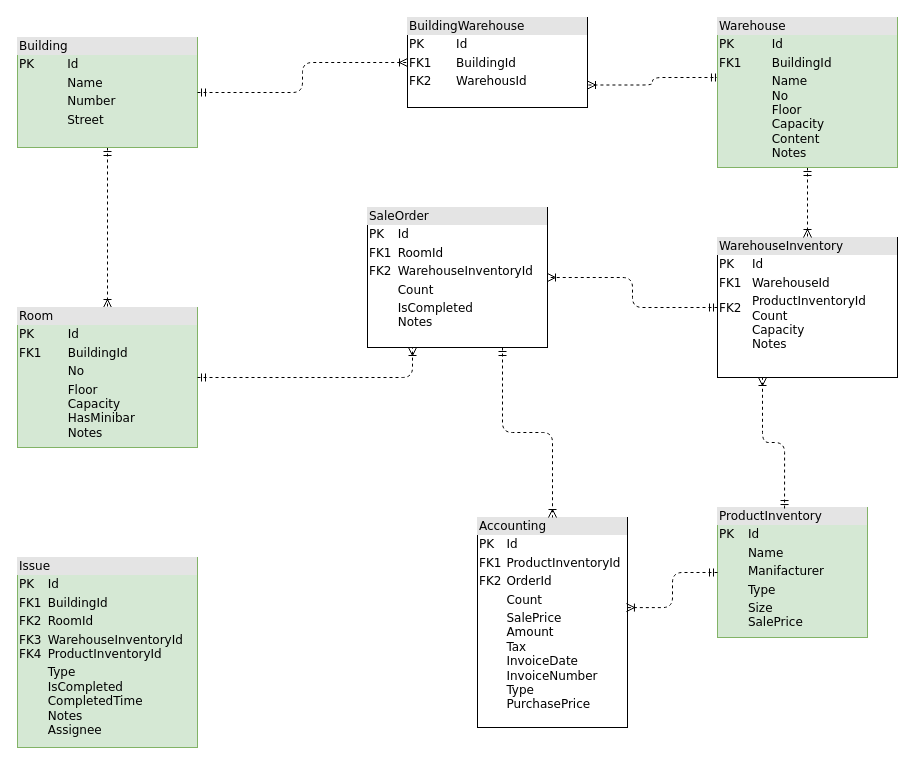
hasanbinboga/infera-test-case keeps this draw.io diagram as er-diagram.drawio. Above is the earlier version. Source tidied: cells renumbered, new cells numbered last; positions are measured from the earlier drawing's top-left corner, leaving out a move shared by most shapes. Both pictures are drawn from the tidied source at 100%, with x=0, y=0 at pixel (17, 17).
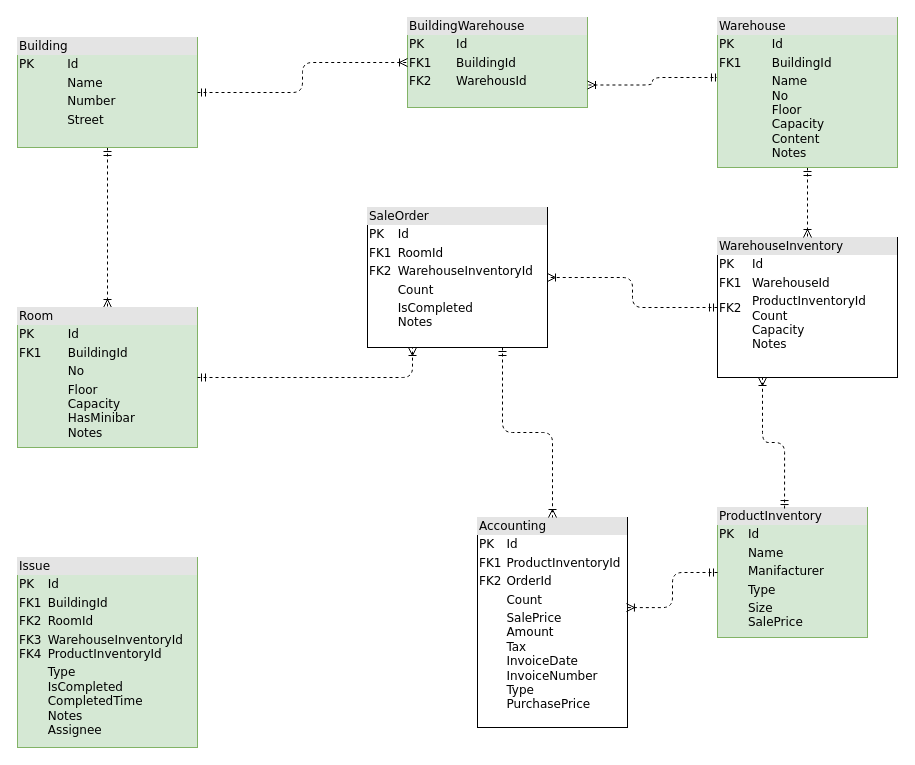
The same page after the edit.

What changed in the source:
```diff
@@
 <mxGraphModel>
   <root>
     <mxCell id="0" />
     <mxCell id="1" parent="0" />
-    <mxCell id="2" value="&lt;div style=&quot;box-sizing:border-box;width:100%;background:#e4e4e4;padding:2px;&quot;&gt;BuildingWarehouse&lt;/div&gt;&lt;table style=&quot;width:100%;font-size:1em;&quot; cellpadding=&quot;2&quot; cellspacing=&quot;0&quot;&gt;&lt;tbody&gt;&lt;tr&gt;&lt;td&gt;PK&lt;/td&gt;&lt;td&gt;Id&lt;/td&gt;&lt;/tr&gt;&lt;tr&gt;&lt;td&gt;FK1&lt;/td&gt;&lt;td&gt;BuildingId&lt;/td&gt;&lt;/tr&gt;&lt;tr&gt;&lt;td&gt;FK2&lt;/td&gt;&lt;td&gt;WarehousId&lt;/td&gt;&lt;/tr&gt;&lt;/tbody&gt;&lt;/table&gt;" style="verticalAlign=top;align=left;overflow=fill;html=1;rounded=0;shadow=0;comic=0;labelBackgroundColor=none;strokeWidth=1;fontFamily=Verdana;fontSize=12;" parent="1" vertex="1">
+    <mxCell id="2" value="&lt;div style=&quot;box-sizing:border-box;width:100%;background:#e4e4e4;padding:2px;&quot;&gt;BuildingWarehouse&lt;/div&gt;&lt;table style=&quot;width:100%;font-size:1em;&quot; cellpadding=&quot;2&quot; cellspacing=&quot;0&quot;&gt;&lt;tbody&gt;&lt;tr&gt;&lt;td&gt;PK&lt;/td&gt;&lt;td&gt;Id&lt;/td&gt;&lt;/tr&gt;&lt;tr&gt;&lt;td&gt;FK1&lt;/td&gt;&lt;td&gt;BuildingId&lt;/td&gt;&lt;/tr&gt;&lt;tr&gt;&lt;td&gt;FK2&lt;/td&gt;&lt;td&gt;WarehousId&lt;/td&gt;&lt;/tr&gt;&lt;/tbody&gt;&lt;/table&gt;" style="verticalAlign=top;align=left;overflow=fill;html=1;rounded=0;shadow=0;comic=0;labelBackgroundColor=none;strokeWidth=1;fontFamily=Verdana;fontSize=12;fillColor=#d5e8d4;strokeColor=#82b366;" parent="1" vertex="1">
       <mxGeometry x="390" width="180" height="90" as="geometry" />
     </mxCell>
     <mxCell id="3" style="html=1;dashed=1;labelBackgroundColor=none;startArrow=ERmandOne;endArrow=ERoneToMany;fontFamily=Verdana;fontSize=12;align=left;entryX=0.5;entryY=0;edgeStyle=orthogonalEdgeStyle;entryDx=0;entryDy=0;" parent="1" edge="1" source="5" target="9">
       <mxGeometry relative="1" as="geometry" />
     </mxCell>
     <mxCell id="4" style="html=1;dashed=1;labelBackgroundColor=none;startArrow=ERmandOne;endArrow=ERoneToMany;fontFamily=Verdana;fontSize=12;align=left;exitX=0.011;exitY=0.4;exitDx=0;exitDy=0;edgeStyle=orthogonalEdgeStyle;entryX=1;entryY=0.75;entryDx=0;entryDy=0;exitPerimeter=0;" parent="1" edge="1" source="10" target="2">
       <mxGeometry relative="1" as="geometry" />
     </mxCell>
     <mxCell id="5" value="&lt;div style=&quot;box-sizing: border-box ; width: 100% ; background: #e4e4e4 ; padding: 2px&quot;&gt;Building&lt;/div&gt;&lt;table style=&quot;width: 100% ; font-size: 1em&quot; cellpadding=&quot;2&quot; cellspacing=&quot;0&quot;&gt;&lt;tbody&gt;&lt;tr&gt;&lt;td&gt;PK&lt;/td&gt;&lt;td&gt;Id&lt;/td&gt;&lt;/tr&gt;&lt;tr&gt;&lt;td&gt;&lt;br&gt;&lt;/td&gt;&lt;td&gt;Name&lt;/td&gt;&lt;/tr&gt;&lt;tr&gt;&lt;td&gt;&lt;/td&gt;&lt;td&gt;Number&lt;/td&gt;&lt;/tr&gt;&lt;tr&gt;&lt;td&gt;&lt;br&gt;&lt;/td&gt;&lt;td&gt;Street&lt;br&gt;&lt;/td&gt;&lt;/tr&gt;&lt;tr&gt;&lt;td&gt;&lt;br&gt;&lt;/td&gt;&lt;td&gt;&lt;br&gt;&lt;/td&gt;&lt;/tr&gt;&lt;tr&gt;&lt;td&gt;&lt;br&gt;&lt;/td&gt;&lt;td&gt;&lt;br&gt;&lt;/td&gt;&lt;/tr&gt;&lt;/tbody&gt;&lt;/table&gt;" style="verticalAlign=top;align=left;overflow=fill;html=1;rounded=0;shadow=0;comic=0;labelBackgroundColor=none;strokeWidth=1;fontFamily=Verdana;fontSize=12;fillColor=#d5e8d4;strokeColor=#82b366;" parent="1" vertex="1">
       <mxGeometry y="20" width="180" height="110" as="geometry" />
     </mxCell>
     <mxCell id="6" value="&lt;div style=&quot;box-sizing: border-box ; width: 100% ; background: #e4e4e4 ; padding: 2px&quot;&gt;ProductInventory&lt;/div&gt;&lt;table style=&quot;width: 100% ; font-size: 1em&quot; cellpadding=&quot;2&quot; cellspacing=&quot;0&quot;&gt;&lt;tbody&gt;&lt;tr&gt;&lt;td&gt;PK&lt;/td&gt;&lt;td&gt;Id&lt;/td&gt;&lt;/tr&gt;&lt;tr&gt;&lt;td&gt;&lt;br&gt;&lt;/td&gt;&lt;td&gt;Name&lt;/td&gt;&lt;/tr&gt;&lt;tr&gt;&lt;td&gt;&lt;/td&gt;&lt;td&gt;Manifacturer&lt;/td&gt;&lt;/tr&gt;&lt;tr&gt;&lt;td&gt;&lt;br&gt;&lt;/td&gt;&lt;td&gt;Type&lt;/td&gt;&lt;/tr&gt;&lt;tr&gt;&lt;td&gt;&lt;br&gt;&lt;/td&gt;&lt;td&gt;Size&lt;br&gt;SalePrice&lt;/td&gt;&lt;/tr&gt;&lt;/tbody&gt;&lt;/table&gt;" style="verticalAlign=top;align=left;overflow=fill;html=1;rounded=0;shadow=0;comic=0;labelBackgroundColor=none;strokeWidth=1;fontFamily=Verdana;fontSize=12;fillColor=#d5e8d4;strokeColor=#82b366;" parent="1" vertex="1">
       <mxGeometry x="700" y="490" width="150" height="130" as="geometry" />
     </mxCell>
     <mxCell id="7" value="&lt;div style=&quot;box-sizing:border-box;width:100%;background:#e4e4e4;padding:2px;&quot;&gt;WarehouseInventory&lt;/div&gt;&lt;table style=&quot;width:100%;font-size:1em;&quot; cellpadding=&quot;2&quot; cellspacing=&quot;0&quot;&gt;&lt;tbody&gt;&lt;tr&gt;&lt;td&gt;PK&lt;/td&gt;&lt;td&gt;Id&lt;/td&gt;&lt;/tr&gt;&lt;tr&gt;&lt;td&gt;FK1&lt;/td&gt;&lt;td&gt;WarehouseId&lt;/td&gt;&lt;/tr&gt;&lt;tr&gt;&lt;td&gt;FK2&lt;br&gt;&lt;br&gt;&lt;br&gt;&lt;/td&gt;&lt;td&gt;ProductInventoryId&lt;br&gt;Count&lt;br&gt;Capacity&lt;br&gt;Notes&lt;/td&gt;&lt;/tr&gt;&lt;/tbody&gt;&lt;/table&gt;" style="verticalAlign=top;align=left;overflow=fill;html=1;rounded=0;shadow=0;comic=0;labelBackgroundColor=none;strokeWidth=1;fontFamily=Verdana;fontSize=12;" parent="1" vertex="1">
       <mxGeometry x="700" y="220" width="180" height="140" as="geometry" />
     </mxCell>
     <mxCell id="8" style="edgeStyle=orthogonalEdgeStyle;html=1;entryX=0.5;entryY=0;dashed=1;labelBackgroundColor=none;startArrow=ERmandOne;endArrow=ERoneToMany;fontFamily=Verdana;fontSize=12;align=left;" parent="1" edge="1" source="10" target="7">
       <mxGeometry relative="1" as="geometry" />
     </mxCell>
     <mxCell id="9" value="&lt;div style=&quot;box-sizing: border-box ; width: 100% ; background: #e4e4e4 ; padding: 2px&quot;&gt;Room&lt;/div&gt;&lt;table style=&quot;width: 100% ; font-size: 1em&quot; cellpadding=&quot;2&quot; cellspacing=&quot;0&quot;&gt;&lt;tbody&gt;&lt;tr&gt;&lt;td&gt;PK&lt;/td&gt;&lt;td&gt;Id&lt;/td&gt;&lt;/tr&gt;&lt;tr&gt;&lt;td&gt;FK1&lt;/td&gt;&lt;td&gt;BuildingId&lt;/td&gt;&lt;/tr&gt;&lt;tr&gt;&lt;td&gt;&lt;/td&gt;&lt;td&gt;No&lt;/td&gt;&lt;/tr&gt;&lt;tr&gt;&lt;td&gt;&lt;br&gt;&lt;/td&gt;&lt;td&gt;Floor&lt;br&gt;Capacity&lt;br&gt;HasMinibar&lt;br&gt;Notes&lt;/td&gt;&lt;/tr&gt;&lt;tr&gt;&lt;td&gt;&lt;br&gt;&lt;/td&gt;&lt;td&gt;&lt;/td&gt;&lt;/tr&gt;&lt;/tbody&gt;&lt;/table&gt;" style="verticalAlign=top;align=left;overflow=fill;html=1;rounded=0;shadow=0;comic=0;labelBackgroundColor=none;strokeWidth=1;fontFamily=Verdana;fontSize=12;fillColor=#d5e8d4;strokeColor=#82b366;" parent="1" vertex="1">
       <mxGeometry y="290" width="180" height="140" as="geometry" />
     </mxCell>
     <mxCell id="10" value="&lt;div style=&quot;box-sizing:border-box;width:100%;background:#e4e4e4;padding:2px;&quot;&gt;Warehouse&lt;/div&gt;&lt;table style=&quot;width:100%;font-size:1em;&quot; cellpadding=&quot;2&quot; cellspacing=&quot;0&quot;&gt;&lt;tbody&gt;&lt;tr&gt;&lt;td&gt;PK&lt;/td&gt;&lt;td&gt;Id&lt;/td&gt;&lt;/tr&gt;&lt;tr&gt;&lt;td&gt;FK1&lt;/td&gt;&lt;td&gt;BuildingId&lt;/td&gt;&lt;/tr&gt;&lt;tr&gt;&lt;td&gt;&lt;/td&gt;&lt;td&gt;Name&lt;br&gt;No&lt;br&gt;Floor&lt;br&gt;Capacity&lt;br&gt;Content&lt;br&gt;Notes&lt;/td&gt;&lt;/tr&gt;&lt;/tbody&gt;&lt;/table&gt;" style="verticalAlign=top;align=left;overflow=fill;html=1;rounded=0;shadow=0;comic=0;labelBackgroundColor=none;strokeWidth=1;fontFamily=Verdana;fontSize=12;fillColor=#d5e8d4;strokeColor=#82b366;" parent="1" vertex="1">
       <mxGeometry x="700" width="180" height="150" as="geometry" />
     </mxCell>
     <mxCell id="11" style="html=1;dashed=1;labelBackgroundColor=none;startArrow=ERmandOne;endArrow=ERoneToMany;fontFamily=Verdana;fontSize=12;align=left;edgeStyle=orthogonalEdgeStyle;entryX=0;entryY=0.5;entryDx=0;entryDy=0;exitX=1;exitY=0.5;exitDx=0;exitDy=0;" parent="1" edge="1" source="5" target="2">
       <mxGeometry relative="1" as="geometry" />
     </mxCell>
     <mxCell id="12" style="edgeStyle=orthogonalEdgeStyle;html=1;entryX=0.25;entryY=1;dashed=1;labelBackgroundColor=none;startArrow=ERmandOne;endArrow=ERoneToMany;fontFamily=Verdana;fontSize=12;align=left;entryDx=0;entryDy=0;exitX=0.447;exitY=0.008;exitDx=0;exitDy=0;exitPerimeter=0;" parent="1" edge="1" source="6" target="7">
       <mxGeometry relative="1" as="geometry" />
     </mxCell>
     <mxCell id="13" value="&lt;div style=&quot;box-sizing: border-box ; width: 100% ; background: #e4e4e4 ; padding: 2px&quot;&gt;SaleOrder&lt;/div&gt;&lt;table style=&quot;width: 100% ; font-size: 1em&quot; cellpadding=&quot;2&quot; cellspacing=&quot;0&quot;&gt;&lt;tbody&gt;&lt;tr&gt;&lt;td&gt;PK&lt;/td&gt;&lt;td&gt;Id&lt;/td&gt;&lt;/tr&gt;&lt;tr&gt;&lt;td&gt;FK1&lt;/td&gt;&lt;td&gt;RoomId&lt;/td&gt;&lt;/tr&gt;&lt;tr&gt;&lt;td&gt;FK2&lt;/td&gt;&lt;td&gt;WarehouseInventoryId&lt;/td&gt;&lt;/tr&gt;&lt;tr&gt;&lt;td&gt;&lt;br&gt;&lt;/td&gt;&lt;td&gt;Count&lt;/td&gt;&lt;/tr&gt;&lt;tr&gt;&lt;td&gt;&lt;br&gt;&lt;/td&gt;&lt;td&gt;IsCompleted&lt;br&gt;Notes&lt;/td&gt;&lt;/tr&gt;&lt;/tbody&gt;&lt;/table&gt;" style="verticalAlign=top;align=left;overflow=fill;html=1;rounded=0;shadow=0;comic=0;labelBackgroundColor=none;strokeWidth=1;fontFamily=Verdana;fontSize=12;" parent="1" vertex="1">
       <mxGeometry x="350" y="190" width="180" height="140" as="geometry" />
     </mxCell>
     <mxCell id="14" value="&lt;div style=&quot;box-sizing: border-box ; width: 100% ; background: #e4e4e4 ; padding: 2px&quot;&gt;Issue&lt;/div&gt;&lt;table style=&quot;width: 100% ; font-size: 1em&quot; cellpadding=&quot;2&quot; cellspacing=&quot;0&quot;&gt;&lt;tbody&gt;&lt;tr&gt;&lt;td&gt;PK&lt;/td&gt;&lt;td&gt;Id&lt;/td&gt;&lt;/tr&gt;&lt;tr&gt;&lt;td&gt;FK1&lt;/td&gt;&lt;td&gt;BuildingId&lt;/td&gt;&lt;/tr&gt;&lt;tr&gt;&lt;td&gt;FK2&lt;/td&gt;&lt;td&gt;RoomId&lt;br&gt;&lt;/td&gt;&lt;/tr&gt;&lt;tr&gt;&lt;td&gt;FK3&lt;br&gt;FK4&lt;/td&gt;&lt;td&gt;WarehouseInventoryId&lt;br&gt;ProductInventoryId&lt;/td&gt;&lt;/tr&gt;&lt;tr&gt;&lt;td&gt;&lt;br&gt;&lt;br&gt;&lt;/td&gt;&lt;td&gt;Type&lt;br&gt;IsCompleted&lt;br&gt;CompletedTime&lt;br&gt;Notes&lt;br&gt;Assignee&lt;/td&gt;&lt;/tr&gt;&lt;/tbody&gt;&lt;/table&gt;" style="verticalAlign=top;align=left;overflow=fill;html=1;rounded=0;shadow=0;comic=0;labelBackgroundColor=none;strokeWidth=1;fontFamily=Verdana;fontSize=12;fillColor=#d5e8d4;strokeColor=#82b366;" parent="1" vertex="1">
       <mxGeometry y="540" width="180" height="190" as="geometry" />
     </mxCell>
     <mxCell id="15" style="edgeStyle=orthogonalEdgeStyle;html=1;entryX=1;entryY=0.5;dashed=1;labelBackgroundColor=none;startArrow=ERmandOne;endArrow=ERoneToMany;fontFamily=Verdana;fontSize=12;align=left;entryDx=0;entryDy=0;exitX=0;exitY=0.5;exitDx=0;exitDy=0;" parent="1" edge="1" source="7" target="13">
       <mxGeometry relative="1" as="geometry" />
     </mxCell>
     <mxCell id="16" style="edgeStyle=orthogonalEdgeStyle;html=1;entryX=0.25;entryY=1;dashed=1;labelBackgroundColor=none;startArrow=ERmandOne;endArrow=ERoneToMany;fontFamily=Verdana;fontSize=12;align=left;entryDx=0;entryDy=0;exitX=1;exitY=0.5;exitDx=0;exitDy=0;" parent="1" edge="1" source="9" target="13">
       <mxGeometry relative="1" as="geometry" />
     </mxCell>
     <mxCell id="17" value="&lt;div style=&quot;box-sizing: border-box ; width: 100% ; background: #e4e4e4 ; padding: 2px&quot;&gt;Accounting&lt;/div&gt;&lt;table style=&quot;width: 100% ; font-size: 1em&quot; cellpadding=&quot;2&quot; cellspacing=&quot;0&quot;&gt;&lt;tbody&gt;&lt;tr&gt;&lt;td&gt;PK&lt;/td&gt;&lt;td&gt;Id&lt;/td&gt;&lt;/tr&gt;&lt;tr&gt;&lt;td&gt;FK1&lt;/td&gt;&lt;td&gt;ProductInventoryId&lt;/td&gt;&lt;/tr&gt;&lt;tr&gt;&lt;td&gt;FK2&lt;/td&gt;&lt;td&gt;OrderId&lt;/td&gt;&lt;/tr&gt;&lt;tr&gt;&lt;td&gt;&lt;br&gt;&lt;/td&gt;&lt;td&gt;Count&lt;/td&gt;&lt;/tr&gt;&lt;tr&gt;&lt;td&gt;&lt;br&gt;&lt;/td&gt;&lt;td&gt;SalePrice&lt;br&gt;Amount&lt;br&gt;Tax&lt;br&gt;InvoiceDate&lt;br&gt;InvoiceNumber&lt;br&gt;Type&lt;br&gt;PurchasePrice&lt;br&gt;&lt;/td&gt;&lt;/tr&gt;&lt;/tbody&gt;&lt;/table&gt;" style="verticalAlign=top;align=left;overflow=fill;html=1;rounded=0;shadow=0;comic=0;labelBackgroundColor=none;strokeWidth=1;fontFamily=Verdana;fontSize=12;" parent="1" vertex="1">
       <mxGeometry x="460" y="500" width="150" height="210" as="geometry" />
     </mxCell>
     <mxCell id="18" style="edgeStyle=orthogonalEdgeStyle;html=1;dashed=1;labelBackgroundColor=none;startArrow=ERmandOne;endArrow=ERoneToMany;fontFamily=Verdana;fontSize=12;align=left;exitX=0;exitY=0.5;exitDx=0;exitDy=0;entryX=0.993;entryY=0.429;entryDx=0;entryDy=0;entryPerimeter=0;" parent="1" edge="1" source="6" target="17">
       <mxGeometry relative="1" as="geometry" />
     </mxCell>
     <mxCell id="19" style="edgeStyle=orthogonalEdgeStyle;html=1;dashed=1;labelBackgroundColor=none;startArrow=ERmandOne;endArrow=ERoneToMany;fontFamily=Verdana;fontSize=12;align=left;exitX=0.75;exitY=1;exitDx=0;exitDy=0;" parent="1" edge="1" source="13" target="17">
       <mxGeometry relative="1" as="geometry" />
     </mxCell>
   </root>
 </mxGraphModel>
```
